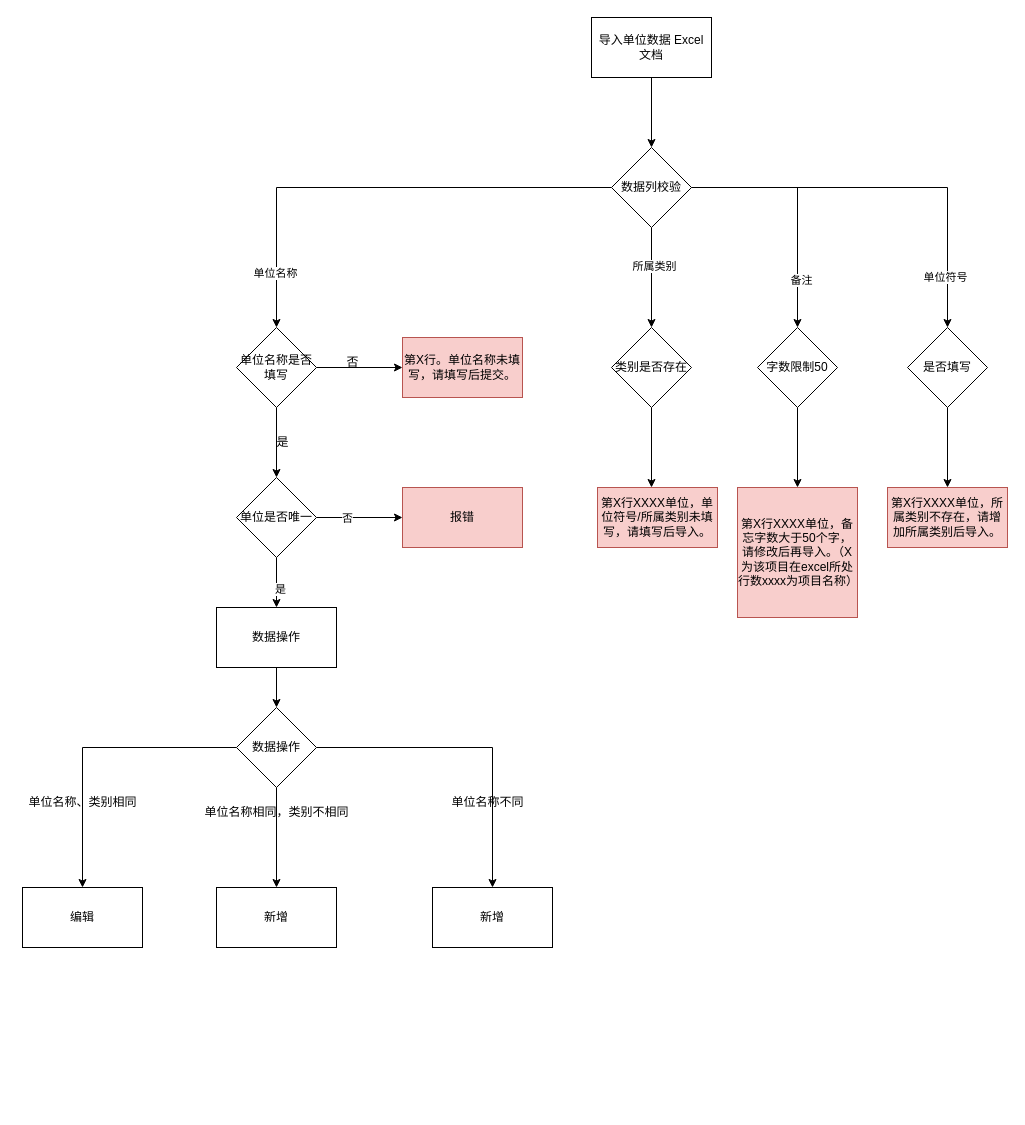
Leo-Lee-j/sketch keeps this draw.io diagram as 质量管理导入导出.drawio. Above is the earlier version. Source tidied: cells renumbered, new cells numbered last; positions are measured from the earlier drawing's top-left corner, leaving out a move shared by most shapes. Both pictures are drawn from the tidied source at 100%, with x=0, y=0 at pixel (17, 17).
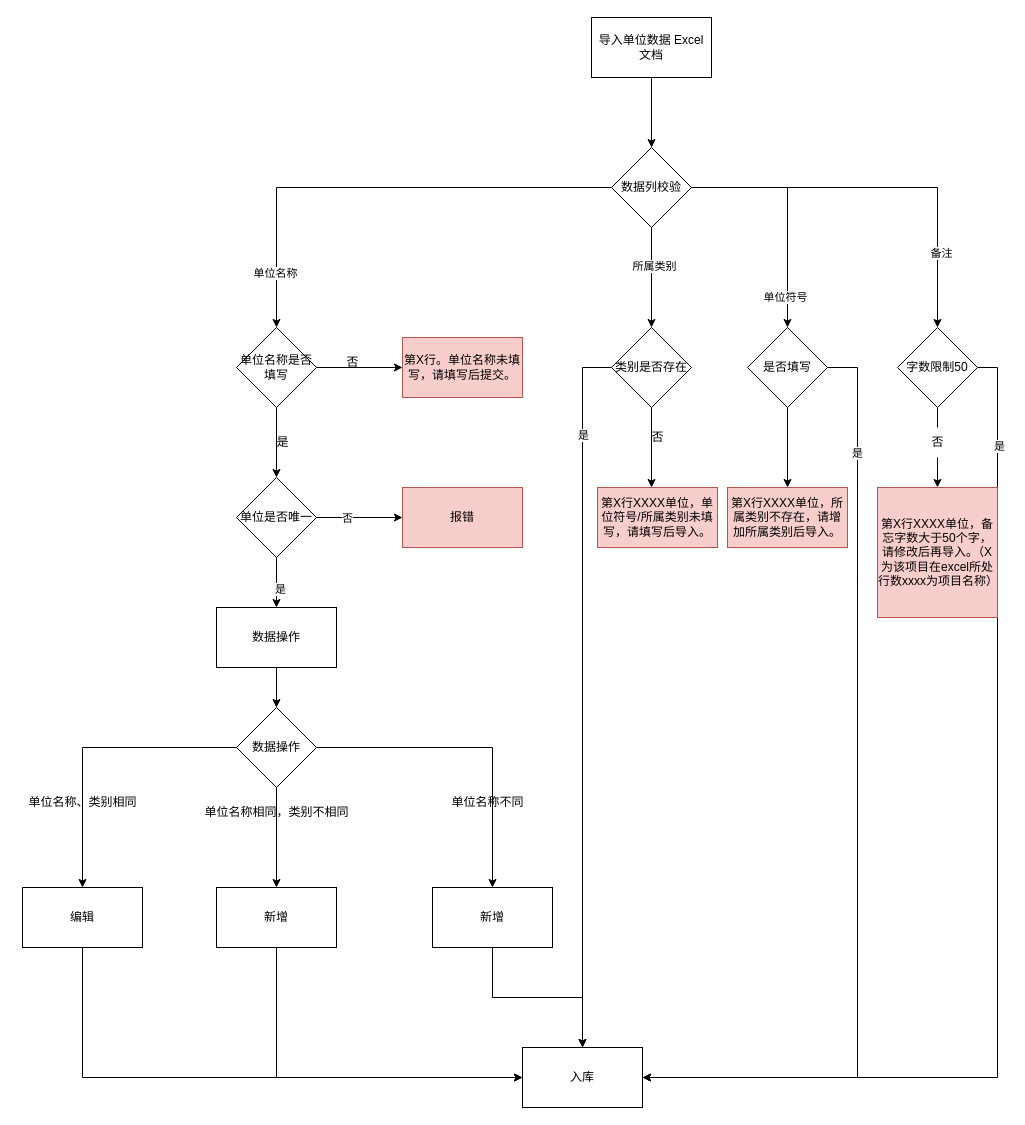
After the change.

Commit message (it also covers changes not shown here):
更新质量管理导入导出.drawio

Unchanged cells that the change refers to:
```xml
<mxCell id="10" value="编辑" style="rounded=0;whiteSpace=wrap;html=1;" parent="1" vertex="1">
  <mxGeometry x="5" y="870" width="120" height="60" as="geometry" />
</mxCell>
<mxCell id="11" value="新增" style="rounded=0;whiteSpace=wrap;html=1;" parent="1" vertex="1">
  <mxGeometry x="199" y="870" width="120" height="60" as="geometry" />
</mxCell>
<mxCell id="12" value="新增" style="rounded=0;whiteSpace=wrap;html=1;" parent="1" vertex="1">
  <mxGeometry x="415" y="870" width="120" height="60" as="geometry" />
</mxCell>
<mxCell id="40" value="类别是否存在" style="rhombus;whiteSpace=wrap;html=1;" parent="1" vertex="1">
  <mxGeometry x="594" y="310" width="80" height="80" as="geometry" />
</mxCell>
```

The edit, as a diff of the source:
```diff
@@
+    <mxCell id="46" style="edgeStyle=orthogonalEdgeStyle;rounded=0;jettySize=auto;html=1;exitX=0.5;exitY=1;exitDx=0;exitDy=0;entryX=0;entryY=0.5;entryDx=0;entryDy=0;" parent="1" edge="1" source="10" target="55">
+      <mxGeometry relative="1" as="geometry" />
+    </mxCell>
@@
+    <mxCell id="47" style="edgeStyle=orthogonalEdgeStyle;rounded=0;jettySize=auto;html=1;exitX=0.5;exitY=1;exitDx=0;exitDy=0;entryX=0;entryY=0.5;entryDx=0;entryDy=0;" parent="1" edge="1" source="11" target="55">
+      <mxGeometry relative="1" as="geometry" />
+    </mxCell>
@@
+    <mxCell id="48" style="edgeStyle=orthogonalEdgeStyle;rounded=0;jettySize=auto;html=1;exitX=0.5;exitY=1;exitDx=0;exitDy=0;entryX=0.5;entryY=0;entryDx=0;entryDy=0;" parent="1" edge="1" source="12" target="55">
+      <mxGeometry relative="1" as="geometry" />
+    </mxCell>
@@
+    <mxCell id="49" style="edgeStyle=orthogonalEdgeStyle;rounded=0;jettySize=auto;html=1;exitX=1;exitY=0.5;exitDx=0;exitDy=0;entryX=1;entryY=0.5;entryDx=0;entryDy=0;" parent="1" edge="1" source="38" target="55">
+      <mxGeometry relative="1" as="geometry">
+        <Array as="points">
+          <mxPoint x="840" y="350" />
+          <mxPoint x="840" y="1060" />
+        </Array>
+      </mxGeometry>
+    </mxCell>
+    <mxCell id="50" value="是" style="edgeLabel;html=1;align=center;verticalAlign=middle;" parent="49" vertex="1">
+      <mxGeometry x="-0.76" y="-1" relative="1" as="geometry" />
+    </mxCell>
     <mxCell id="38" value="是否填写" style="rhombus;whiteSpace=wrap;html=1;" parent="1" vertex="1">
-      <mxGeometry x="890" y="310" width="80" height="80" as="geometry" />
+      <mxGeometry x="730" y="310" width="80" height="80" as="geometry" />
     </mxCell>
@@
+    <mxCell id="51" style="edgeStyle=orthogonalEdgeStyle;rounded=0;jettySize=auto;html=1;entryX=0.5;entryY=0;entryDx=0;entryDy=0;" parent="1" edge="1" source="40" target="55">
+      <mxGeometry relative="1" as="geometry">
+        <Array as="points">
+          <mxPoint x="565" y="350" />
+        </Array>
+      </mxGeometry>
+    </mxCell>
+    <mxCell id="52" value="是" style="edgeLabel;html=1;align=center;verticalAlign=middle;" parent="51" vertex="1">
+      <mxGeometry x="-0.73" relative="1" as="geometry" />
+    </mxCell>
@@
-    <mxCell id="41" style="edgeStyle=orthogonalEdgeStyle;rounded=0;jettySize=auto;html=1;exitX=0.5;exitY=1;exitDx=0;exitDy=0;entryX=0.5;entryY=0;entryDx=0;entryDy=0;" parent="1" edge="1" source="42" target="45">
+    <mxCell id="41" style="edgeStyle=orthogonalEdgeStyle;rounded=0;jettySize=auto;html=1;exitX=0.5;exitY=1;exitDx=0;exitDy=0;entryX=0.5;entryY=0;entryDx=0;entryDy=0;startArrow=none;" parent="1" edge="1" source="57" target="45">
       <mxGeometry relative="1" as="geometry" />
     </mxCell>
+    <mxCell id="53" style="edgeStyle=orthogonalEdgeStyle;rounded=0;jettySize=auto;html=1;exitX=1;exitY=0.5;exitDx=0;exitDy=0;entryX=1;entryY=0.5;entryDx=0;entryDy=0;" parent="1" edge="1" source="42" target="55">
+      <mxGeometry relative="1" as="geometry" />
+    </mxCell>
+    <mxCell id="54" value="是" style="edgeLabel;html=1;align=center;verticalAlign=middle;" parent="53" vertex="1">
+      <mxGeometry x="-0.82" y="1" relative="1" as="geometry" />
+    </mxCell>
     <mxCell id="42" value="字数限制50" style="rhombus;whiteSpace=wrap;html=1;" parent="1" vertex="1">
-      <mxGeometry x="740" y="310" width="80" height="80" as="geometry" />
+      <mxGeometry x="880" y="310" width="80" height="80" as="geometry" />
     </mxCell>
@@
     <mxCell id="44" value="&lt;div&gt;&lt;div class=&quot;ace-line ace-line old-record-id-doxcnWccg8Q4s2kwUeaJdWW6MFd&quot; style=&quot;&quot;&gt;第X行XXXX单位，所属类别不存在，请增加所属类别后导入。&lt;/div&gt;&lt;/div&gt;&lt;span class=&quot;lark-record-clipboard&quot; data-lark-record-data=&quot;{&amp;quot;rootId&amp;quot;:&amp;quot;doxcnUg7UYMPqlSIyXwDWfKtBhc&amp;quot;,&amp;quot;text&amp;quot;:{&amp;quot;initialAttributedTexts&amp;quot;:{&amp;quot;text&amp;quot;:{&amp;quot;0&amp;quot;:&amp;quot;第X行XXXX单位，所属类别不存在，请增加所属类别后导入。&amp;quot;},&amp;quot;attribs&amp;quot;:{&amp;quot;0&amp;quot;:&amp;quot;*0+t&amp;quot;}},&amp;quot;apool&amp;quot;:{&amp;quot;numToAttrib&amp;quot;:{&amp;quot;0&amp;quot;:[&amp;quot;author&amp;quot;,&amp;quot;7049226964187480066&amp;quot;]},&amp;quot;nextNum&amp;quot;:1}},&amp;quot;type&amp;quot;:&amp;quot;text&amp;quot;,&amp;quot;referenceRecordMap&amp;quot;:{},&amp;quot;extra&amp;quot;:{&amp;quot;mention_page_title&amp;quot;:{},&amp;quot;external_mention_url&amp;quot;:{}},&amp;quot;isKeepQuoteContainer&amp;quot;:false,&amp;quot;isFromCode&amp;quot;:false,&amp;quot;selection&amp;quot;:[{&amp;quot;id&amp;quot;:1030,&amp;quot;type&amp;quot;:&amp;quot;text&amp;quot;,&amp;quot;selection&amp;quot;:{&amp;quot;start&amp;quot;:0,&amp;quot;end&amp;quot;:29},&amp;quot;recordId&amp;quot;:&amp;quot;doxcnWccg8Q4s2kwUeaJdWW6MFd&amp;quot;}],&amp;quot;isCut&amp;quot;:false}&quot;&gt;&lt;/span&gt;" style="rounded=0;whiteSpace=wrap;html=1;fillColor=#f8cecc;strokeColor=#b85450;" parent="1" vertex="1">
-      <mxGeometry x="870" y="470" width="120" height="60" as="geometry" />
+      <mxGeometry x="710" y="470" width="120" height="60" as="geometry" />
     </mxCell>
     <mxCell id="45" value="&lt;div&gt;&lt;div class=&quot;ace-line ace-line old-record-id-doxcno6qOMYyiK0uYWARn00Ld2f&quot; style=&quot;&quot;&gt;第X行XXXX单位，备忘字数大于50个字，请修改后再导入。（X为该项目在excel所处行数xxxx为项目名称）&lt;/div&gt;&lt;/div&gt;&lt;span class=&quot;lark-record-clipboard&quot; data-lark-record-data=&quot;{&amp;quot;rootId&amp;quot;:&amp;quot;doxcnUg7UYMPqlSIyXwDWfKtBhc&amp;quot;,&amp;quot;text&amp;quot;:{&amp;quot;initialAttributedTexts&amp;quot;:{&amp;quot;text&amp;quot;:{&amp;quot;0&amp;quot;:&amp;quot;第X行XXXX单位，备忘字数大于50个字，请修改后再导入。（X为该项目在excel所处行数xxxx为项目名称）&amp;quot;},&amp;quot;attribs&amp;quot;:{&amp;quot;0&amp;quot;:&amp;quot;*0+1j&amp;quot;}},&amp;quot;apool&amp;quot;:{&amp;quot;numToAttrib&amp;quot;:{&amp;quot;0&amp;quot;:[&amp;quot;author&amp;quot;,&amp;quot;7049226964187480066&amp;quot;]},&amp;quot;nextNum&amp;quot;:1}},&amp;quot;type&amp;quot;:&amp;quot;text&amp;quot;,&amp;quot;referenceRecordMap&amp;quot;:{},&amp;quot;extra&amp;quot;:{&amp;quot;mention_page_title&amp;quot;:{},&amp;quot;external_mention_url&amp;quot;:{}},&amp;quot;isKeepQuoteContainer&amp;quot;:false,&amp;quot;isFromCode&amp;quot;:false,&amp;quot;selection&amp;quot;:[{&amp;quot;id&amp;quot;:1018,&amp;quot;type&amp;quot;:&amp;quot;text&amp;quot;,&amp;quot;selection&amp;quot;:{&amp;quot;start&amp;quot;:0,&amp;quot;end&amp;quot;:55},&amp;quot;recordId&amp;quot;:&amp;quot;doxcno6qOMYyiK0uYWARn00Ld2f&amp;quot;}],&amp;quot;isCut&amp;quot;:false}&quot;&gt;&lt;/span&gt;" style="rounded=0;whiteSpace=wrap;html=1;fillColor=#f8cecc;strokeColor=#b85450;" parent="1" vertex="1">
-      <mxGeometry x="720" y="470" width="120" height="130" as="geometry" />
+      <mxGeometry x="860" y="470" width="120" height="130" as="geometry" />
     </mxCell>
+    <mxCell id="55" value="入库" style="rounded=0;whiteSpace=wrap;html=1;" parent="1" vertex="1">
+      <mxGeometry x="505" y="1030" width="120" height="60" as="geometry" />
+    </mxCell>
+    <mxCell id="56" value="否" style="text;html=1;align=center;verticalAlign=middle;strokeColor=none;fillColor=none;" parent="1" vertex="1">
+      <mxGeometry x="620" y="405" width="40" height="30" as="geometry" />
+    </mxCell>
+    <mxCell id="57" value="否" style="text;html=1;align=center;verticalAlign=middle;points=[];strokeColor=none;fillColor=none;" parent="1" vertex="1">
+      <mxGeometry x="900" y="410" width="40" height="30" as="geometry" />
+    </mxCell>
+    <mxCell id="58" style="edgeStyle=orthogonalEdgeStyle;rounded=0;jettySize=auto;html=1;exitX=0.5;exitY=1;exitDx=0;exitDy=0;entryX=0.5;entryY=0;entryDx=0;entryDy=0;endArrow=none;" parent="1" edge="1" source="42" target="57">
+      <mxGeometry relative="1" as="geometry" />
+    </mxCell>
```
